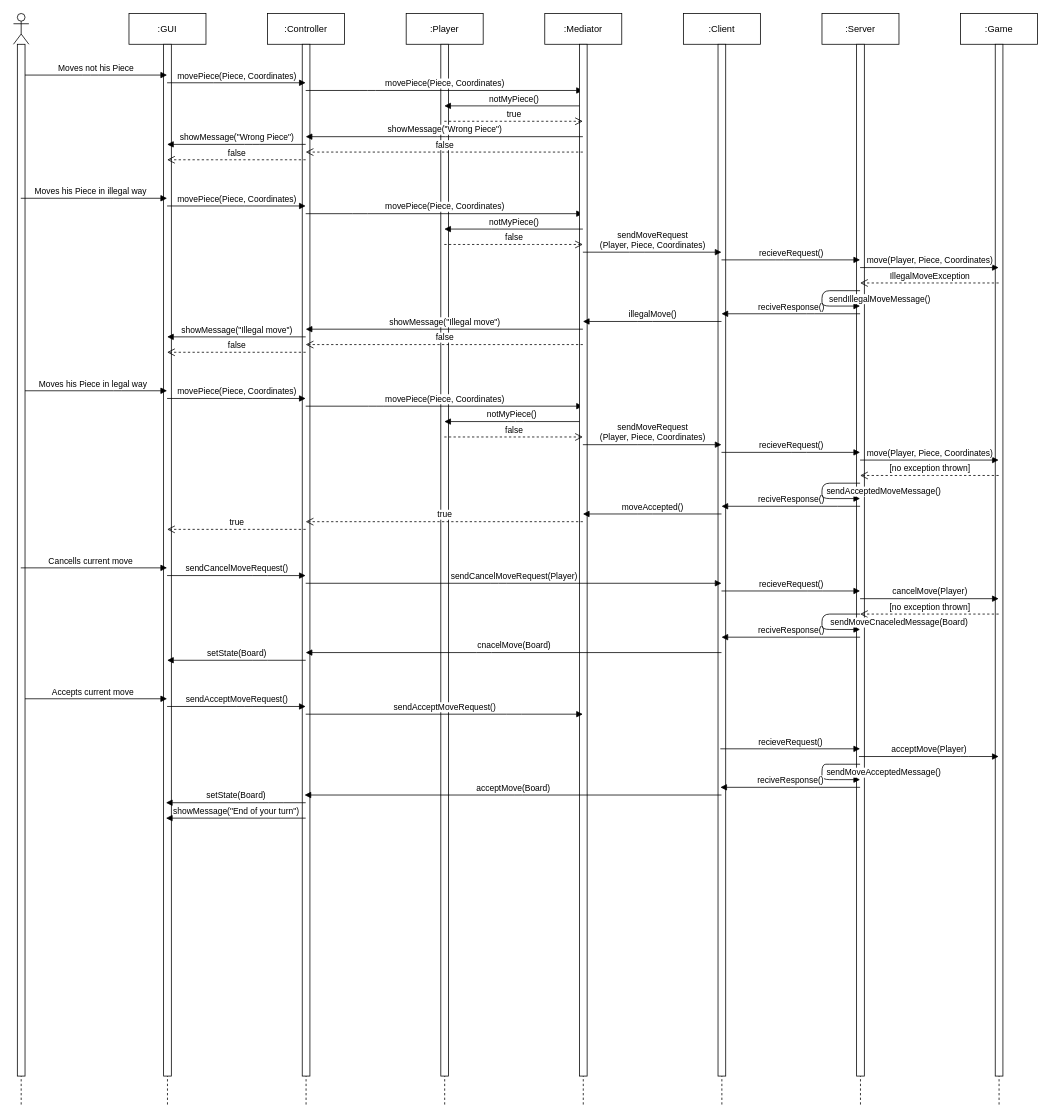
Above: artifacts/model/informationFlow.drawio in Lukasz-Pawlak/checkers (draw.io), before the change. Source tidied: cells renumbered, new cells numbered last; positions are measured from the earlier drawing's top-left corner, leaving out a move shared by most shapes. Both pictures are drawn from the tidied source at 77%, with x=0, y=0 at pixel (13, 13).
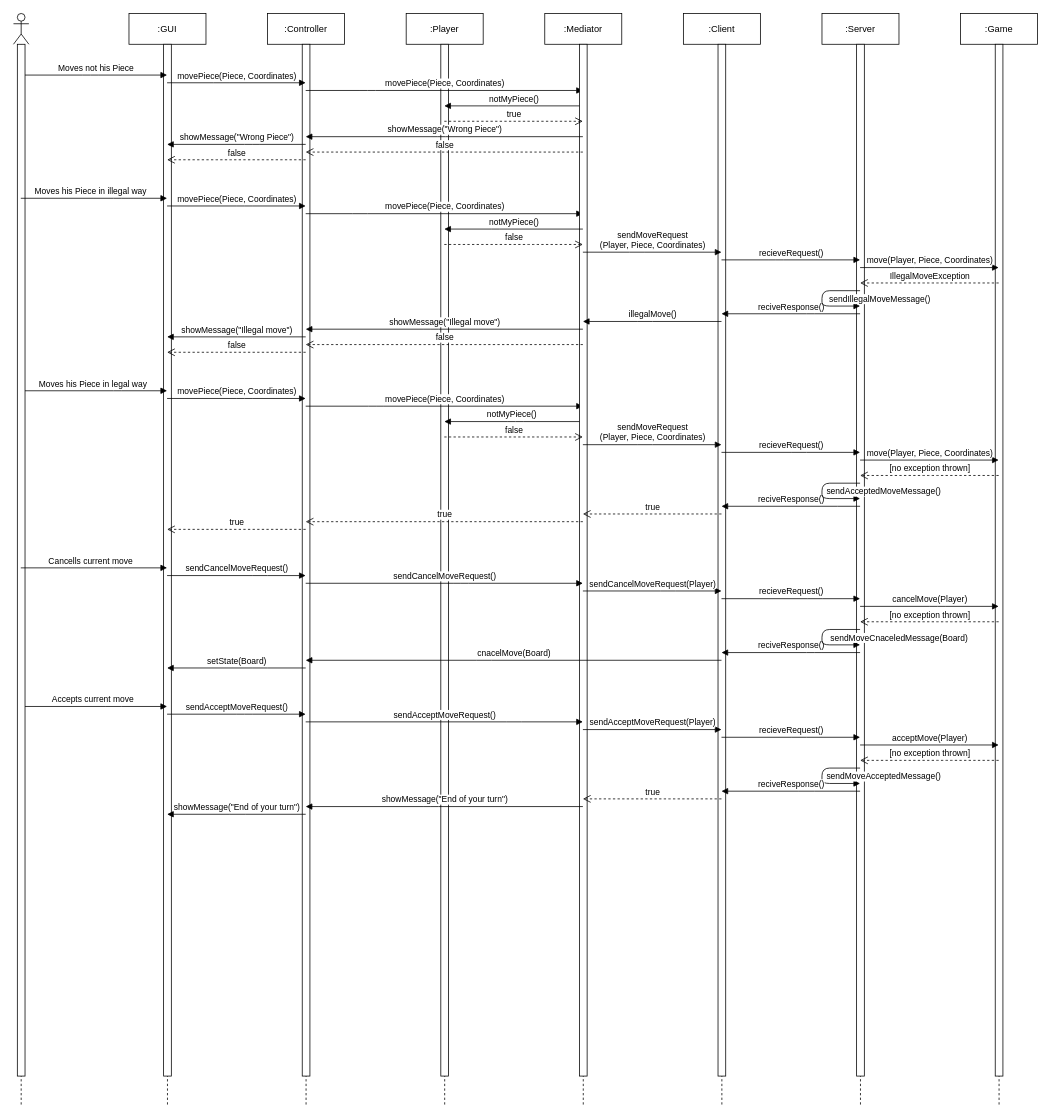
Above is the later version.

The change refers to these unchanged cells:
```xml
<mxCell id="2" value=":Server" style="shape=umlLifeline;perimeter=lifelinePerimeter;whiteSpace=wrap;html=1;outlineConnect=0;" parent="1" vertex="1">
  <mxGeometry x="1050" width="100" height="1420" as="geometry" />
</mxCell>
<mxCell id="6" value=":Controller" style="shape=umlLifeline;perimeter=lifelinePerimeter;whiteSpace=wrap;html=1;outlineConnect=0;" parent="1" vertex="1">
  <mxGeometry x="330" width="100" height="1420" as="geometry" />
</mxCell>
<mxCell id="8" value=":GUI" style="shape=umlLifeline;perimeter=lifelinePerimeter;whiteSpace=wrap;html=1;outlineConnect=0;" parent="1" vertex="1">
  <mxGeometry x="150" width="100" height="1420" as="geometry" />
</mxCell>
<mxCell id="10" value=":Game" style="shape=umlLifeline;perimeter=lifelinePerimeter;whiteSpace=wrap;html=1;outlineConnect=0;" parent="1" vertex="1">
  <mxGeometry x="1230" width="100" height="1420" as="geometry" />
</mxCell>
<mxCell id="13" style="html=1;points=[];perimeter=orthogonalPerimeter;" parent="12" vertex="1">
  <mxGeometry x="5" y="40" width="10" height="1340" as="geometry" />
</mxCell>
<mxCell id="15" value=":Client" style="shape=umlLifeline;perimeter=lifelinePerimeter;whiteSpace=wrap;html=1;outlineConnect=0;" parent="1" vertex="1">
  <mxGeometry x="870" width="100" height="1420" as="geometry" />
</mxCell>
<mxCell id="50" value=":Mediator" style="shape=umlLifeline;perimeter=lifelinePerimeter;whiteSpace=wrap;html=1;outlineConnect=0;" parent="1" vertex="1">
  <mxGeometry x="690" width="100" height="1420" as="geometry" />
</mxCell>
```

Diff of the diagram source:
```diff
@@
     <mxCell id="37" value="recieveRequest()" style="html=1;verticalAlign=bottom;endArrow=block;" parent="1" edge="1" source="15" target="2">
       <mxGeometry relative="1" as="geometry">
         <Array as="points">
-          <mxPoint x="1041" y="750" />
+          <mxPoint x="1041" y="760" />
         </Array>
       </mxGeometry>
     </mxCell>
     <mxCell id="38" value="cancelMove(Player)" style="html=1;verticalAlign=bottom;endArrow=block;" parent="1" edge="1" source="2" target="10">
       <mxGeometry relative="1" as="geometry">
         <Array as="points">
-          <mxPoint x="1200" y="760" />
+          <mxPoint x="1200" y="770" />
         </Array>
       </mxGeometry>
     </mxCell>
     <mxCell id="39" value="[no exception thrown]" style="html=1;verticalAlign=bottom;endArrow=open;dashed=1;endSize=8;" parent="1" edge="1" source="10" target="2">
       <mxGeometry relative="1" as="geometry">
         <Array as="points">
-          <mxPoint x="1214" y="780" />
+          <mxPoint x="1210" y="790" />
         </Array>
       </mxGeometry>
     </mxCell>
     <mxCell id="40" value="reciveResponse()" style="html=1;verticalAlign=bottom;endArrow=block;" parent="1" edge="1" source="2" target="15">
       <mxGeometry relative="1" as="geometry">
         <Array as="points">
-          <mxPoint x="1040" y="810" />
+          <mxPoint x="1040" y="830" />
         </Array>
       </mxGeometry>
     </mxCell>
     <mxCell id="41" value="setState(Board)" style="html=1;verticalAlign=bottom;startArrow=none;startFill=0;endArrow=block;startSize=8;" parent="1" edge="1" source="6" target="8">
       <mxGeometry relative="1" as="geometry">
         <Array as="points">
-          <mxPoint x="320" y="840" />
+          <mxPoint x="320" y="850" />
         </Array>
       </mxGeometry>
     </mxCell>
     <mxCell id="42" value="Accepts current move" style="html=1;verticalAlign=bottom;endArrow=block;" parent="1" edge="1" source="13" target="8">
       <mxGeometry x="-0.05" relative="1" as="geometry">
         <Array as="points">
-          <mxPoint x="140" y="890" />
+          <mxPoint x="130" y="900" />
         </Array>
       </mxGeometry>
     </mxCell>
     <mxCell id="43" value="sendAcceptMoveRequest()" style="html=1;verticalAlign=bottom;endArrow=block;" parent="1" edge="1" source="8" target="6">
       <mxGeometry relative="1" as="geometry">
         <Array as="points">
-          <mxPoint x="300" y="900" />
+          <mxPoint x="300" y="910" />
         </Array>
       </mxGeometry>
     </mxCell>
-    <mxCell id="44" value="recieveRequest()" style="html=1;verticalAlign=bottom;endArrow=block;" parent="1" edge="1">
+    <mxCell id="44" value="recieveRequest()" style="html=1;verticalAlign=bottom;endArrow=block;" parent="1" edge="1" source="15" target="2">
       <mxGeometry relative="1" as="geometry">
-        <mxPoint x="918" y="955" as="sourcePoint" />
-        <mxPoint x="1099.5" y="955" as="targetPoint" />
         <Array as="points">
-          <mxPoint x="1020" y="955" />
+          <mxPoint x="1020" y="940" />
         </Array>
       </mxGeometry>
     </mxCell>
-    <mxCell id="45" value="acceptMove(Player)" style="html=1;verticalAlign=bottom;endArrow=block;" parent="1" edge="1">
+    <mxCell id="45" value="acceptMove(Player)" style="html=1;verticalAlign=bottom;endArrow=block;" parent="1" edge="1" source="2" target="10">
       <mxGeometry relative="1" as="geometry">
-        <mxPoint x="1098" y="965" as="sourcePoint" />
-        <mxPoint x="1279.5" y="965" as="targetPoint" />
         <Array as="points">
-          <mxPoint x="1230" y="965" />
+          <mxPoint x="1230" y="950" />
         </Array>
       </mxGeometry>
     </mxCell>
-    <mxCell id="46" value="sendMoveAcceptedMessage()" style="html=1;verticalAlign=bottom;startArrow=none;startFill=0;endArrow=block;startSize=8;" parent="1" edge="1">
+    <mxCell id="46" value="sendMoveAcceptedMessage()" style="html=1;verticalAlign=bottom;startArrow=none;startFill=0;endArrow=block;startSize=8;" parent="1" edge="1" source="2" target="2">
       <mxGeometry x="1" y="31" relative="1" as="geometry">
-        <mxPoint x="1099.5" y="975" as="sourcePoint" />
-        <mxPoint x="1099.5" y="995" as="targetPoint" />
         <Array as="points">
-          <mxPoint x="1070" y="975" />
-          <mxPoint x="1050" y="975" />
-          <mxPoint x="1050" y="995" />
-          <mxPoint x="1070" y="995" />
+          <mxPoint x="1050" y="980" />
+          <mxPoint x="1050" y="1000" />
         </Array>
         <mxPoint x="30" y="31" as="offset" />
       </mxGeometry>
     </mxCell>
-    <mxCell id="47" value="reciveResponse()" style="html=1;verticalAlign=bottom;endArrow=block;" parent="1" edge="1">
+    <mxCell id="47" value="reciveResponse()" style="html=1;verticalAlign=bottom;endArrow=block;" parent="1" edge="1" source="2" target="15">
       <mxGeometry relative="1" as="geometry">
-        <mxPoint x="1099.5" y="1005" as="sourcePoint" />
-        <mxPoint x="918" y="1005" as="targetPoint" />
         <Array as="points">
-          <mxPoint x="1030" y="1005" />
+          <mxPoint x="1030" y="1010" />
         </Array>
       </mxGeometry>
     </mxCell>
-    <mxCell id="48" value="setState(Board)" style="html=1;verticalAlign=bottom;startArrow=none;startFill=0;endArrow=block;startSize=8;" parent="1" edge="1">
-      <mxGeometry relative="1" as="geometry">
-        <mxPoint x="379.5" y="1025" as="sourcePoint" />
-        <mxPoint x="198" y="1025" as="targetPoint" />
-        <Array as="points">
-          <mxPoint x="341" y="1025" />
-        </Array>
-      </mxGeometry>
-    </mxCell>
-    <mxCell id="49" value="showMessage(&quot;End of your turn&quot;)" style="html=1;verticalAlign=bottom;endArrow=block;" parent="1" edge="1">
+    <mxCell id="49" value="showMessage(&quot;End of your turn&quot;)" style="html=1;verticalAlign=bottom;endArrow=block;" parent="1" edge="1" source="6" target="8">
       <mxGeometry relative="1" as="geometry">
-        <mxPoint x="379.5" y="1045" as="sourcePoint" />
-        <mxPoint x="198" y="1045" as="targetPoint" />
         <Array as="points">
-          <mxPoint x="291" y="1045" />
+          <mxPoint x="291" y="1040" />
         </Array>
       </mxGeometry>
     </mxCell>
@@
-    <mxCell id="54" value="moveAccepted()" style="html=1;verticalAlign=bottom;endArrow=block;" parent="1" edge="1" source="15" target="50">
-      <mxGeometry relative="1" as="geometry">
-        <Array as="points">
-          <mxPoint x="820" y="650" />
-        </Array>
-      </mxGeometry>
-    </mxCell>
-    <mxCell id="55" value="sendCancelMoveRequest(Player)" style="html=1;verticalAlign=bottom;endArrow=block;" parent="1" edge="1" source="6" target="15">
+    <mxCell id="55" value="sendCancelMoveRequest(Player)" style="html=1;verticalAlign=bottom;endArrow=block;" parent="1" edge="1" source="50" target="15">
       <mxGeometry relative="1" as="geometry">
         <Array as="points">
-          <mxPoint x="630" y="740" />
+          <mxPoint x="850" y="750" />
         </Array>
       </mxGeometry>
     </mxCell>
     <mxCell id="56" value="cnacelMove(Board)" style="html=1;verticalAlign=bottom;endArrow=block;" parent="1" edge="1" source="15" target="6">
       <mxGeometry relative="1" as="geometry">
         <Array as="points">
-          <mxPoint x="611" y="830" />
+          <mxPoint x="611" y="840" />
         </Array>
       </mxGeometry>
     </mxCell>
     <mxCell id="57" value="sendAcceptMoveRequest()" style="html=1;verticalAlign=bottom;endArrow=block;" parent="1" edge="1" source="6" target="50">
       <mxGeometry relative="1" as="geometry">
         <Array as="points">
-          <mxPoint x="650" y="910" />
+          <mxPoint x="650" y="920" />
         </Array>
       </mxGeometry>
     </mxCell>
-    <mxCell id="58" value="acceptMove(Board)" style="html=1;verticalAlign=bottom;endArrow=block;" parent="1" edge="1">
-      <mxGeometry relative="1" as="geometry">
-        <mxPoint x="919.5" y="1015" as="sourcePoint" />
-        <mxPoint x="378" y="1015" as="targetPoint" />
-        <Array as="points">
-          <mxPoint x="651" y="1015" />
-        </Array>
-      </mxGeometry>
-    </mxCell>
@@
     <mxCell id="76" value="sendMoveCnaceledMessage(Board)" style="html=1;verticalAlign=bottom;startArrow=none;startFill=0;endArrow=block;startSize=8;" parent="1" edge="1" source="2" target="2">
       <mxGeometry x="1" y="50" relative="1" as="geometry">
         <Array as="points">
-          <mxPoint x="1050" y="780" />
           <mxPoint x="1050" y="800" />
+          <mxPoint x="1050" y="820" />
         </Array>
         <mxPoint x="50" y="50" as="offset" />
       </mxGeometry>
     </mxCell>
+    <mxCell id="77" value="true" style="html=1;verticalAlign=bottom;endArrow=open;dashed=1;endSize=8;" parent="1" edge="1" source="15" target="50">
+      <mxGeometry relative="1" as="geometry">
+        <Array as="points">
+          <mxPoint x="822" y="650" />
+        </Array>
+      </mxGeometry>
+    </mxCell>
+    <mxCell id="78" value="sendCancelMoveRequest()" style="html=1;verticalAlign=bottom;endArrow=block;" parent="1" edge="1" source="6" target="50">
+      <mxGeometry relative="1" as="geometry">
+        <Array as="points">
+          <mxPoint x="581" y="740" />
+        </Array>
+      </mxGeometry>
+    </mxCell>
+    <mxCell id="79" value="sendAcceptMoveRequest(Player)" style="html=1;verticalAlign=bottom;endArrow=block;" parent="1" edge="1" source="50" target="15">
+      <mxGeometry relative="1" as="geometry">
+        <Array as="points">
+          <mxPoint x="861" y="930" />
+        </Array>
+      </mxGeometry>
+    </mxCell>
+    <mxCell id="80" value="[no exception thrown]" style="html=1;verticalAlign=bottom;endArrow=open;dashed=1;endSize=8;" parent="1" edge="1" source="10" target="2">
+      <mxGeometry relative="1" as="geometry">
+        <Array as="points">
+          <mxPoint x="1210" y="970" />
+        </Array>
+      </mxGeometry>
+    </mxCell>
+    <mxCell id="81" value="true" style="html=1;verticalAlign=bottom;endArrow=open;dashed=1;endSize=8;" parent="1" edge="1" source="15" target="50">
+      <mxGeometry relative="1" as="geometry">
+        <Array as="points">
+          <mxPoint x="853" y="1020" />
+        </Array>
+      </mxGeometry>
+    </mxCell>
+    <mxCell id="82" value="showMessage(&quot;End of your turn&quot;)" style="html=1;verticalAlign=bottom;endArrow=block;" parent="1" edge="1" source="50" target="6">
+      <mxGeometry relative="1" as="geometry">
+        <Array as="points">
+          <mxPoint x="542" y="1030" />
+        </Array>
+      </mxGeometry>
+    </mxCell>
```
